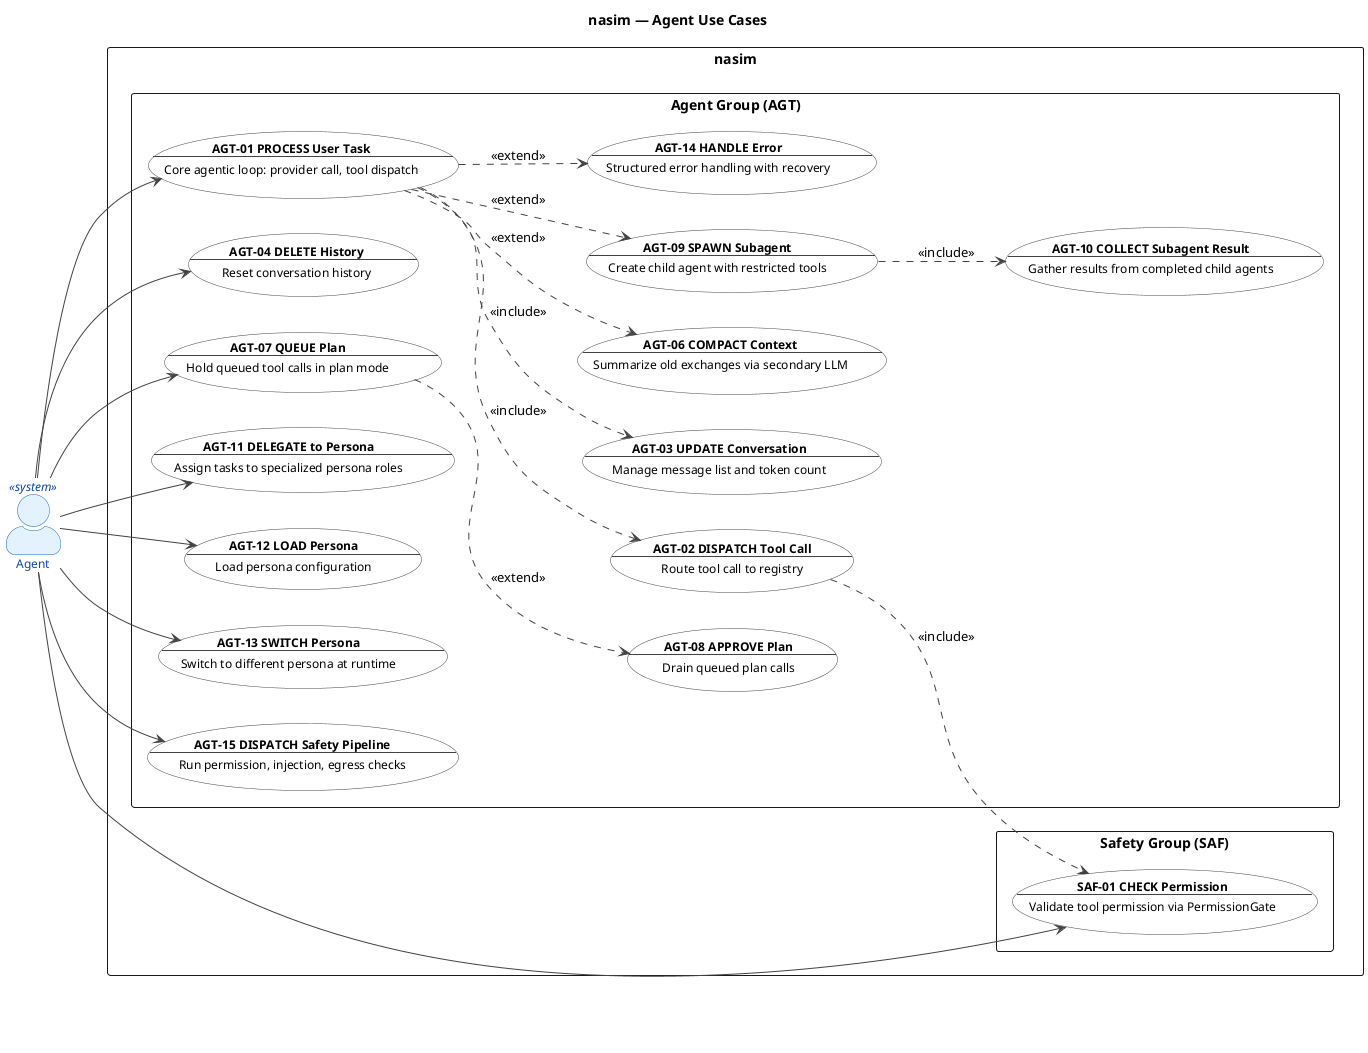
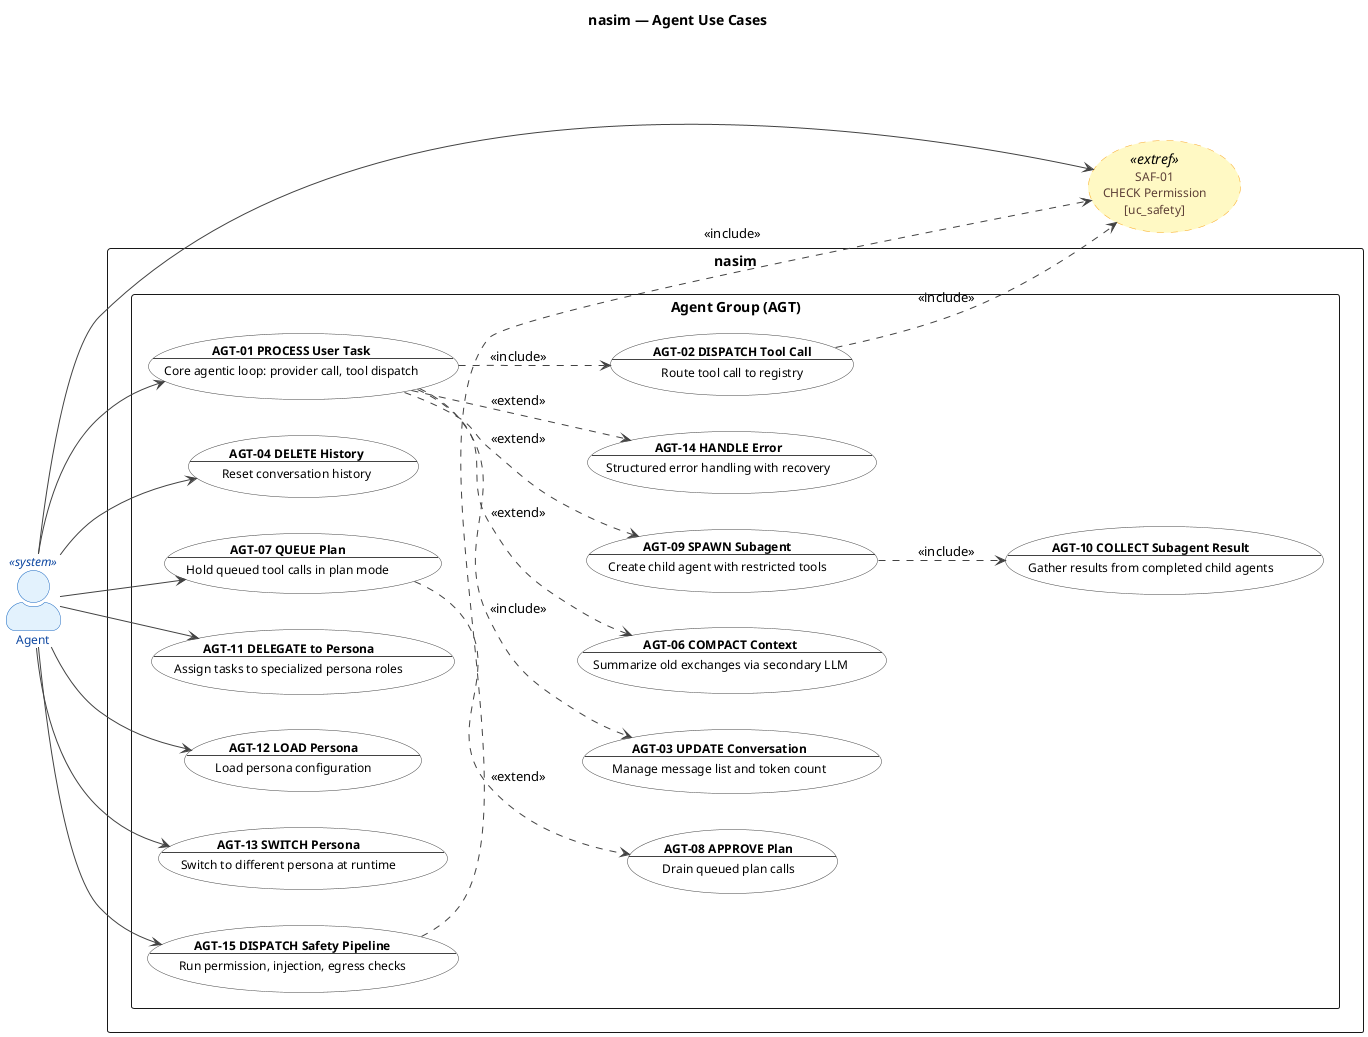
@startuml uc_agent

' ============================================================
' Title:     nasim — UC: Agent Group
' Group:     AGT (Agent Core)
' Boundary:  nasim code agent
' Purpose:   Core agentic loop, permissions, context, plans, subagents
' Milestone: v1.0
- ' Version:   6.0.0
+ ' Version:   7.0.0
' Source:    docs/ENTITIES.md
' Review:    docs/audit/audit.2026.06.20.uc-layer.car.md
' ============================================================

left to right direction

title nasim — Agent Use Cases

skinparam actorStyle awesome
skinparam packageStyle rectangle

skinparam usecase {
  BackgroundColor #FFFFFF
  BorderColor #424242
  FontColor #000000
  ArrowColor #424242
  FontSize 12
}

skinparam actor {
  BackgroundColor #E8EAF6
  BorderColor #3949AB
  FontColor #1A237E
  FontSize 12
}

skinparam actor<<system>> {
  BackgroundColor #E3F2FD
  BorderColor #1565C0
  FontColor #0D47A1
}

+ skinparam usecase<<extref>> {
+   BackgroundColor #FFF9C4
+   BorderColor #F9A825
+   FontColor #5D4037
+   BorderStyle dashed
+ }
+ 
' ============================================================
' Actors
' ============================================================

actor "Agent" as Agent <<system>>
+ 
+ ' ============================================================
+ ' Cross-Group External References
+ ' ============================================================
+ 
+ usecase "SAF-01\nCHECK Permission\n[uc_safety]" as SAF01_ext <<extref>>

' ============================================================
' System Boundary
' ============================================================

rectangle "nasim" {
  package "Agent Group (AGT)" {
    usecase "**AGT-01 PROCESS User Task**\n--\nCore agentic loop: provider call, tool dispatch" as AGT01
    usecase "**AGT-02 DISPATCH Tool Call**\n--\nRoute tool call to registry" as AGT02
    usecase "**AGT-03 UPDATE Conversation**\n--\nManage message list and token count" as AGT03
    usecase "**AGT-04 DELETE History**\n--\nReset conversation history" as AGT04
    usecase "**AGT-06 COMPACT Context**\n--\nSummarize old exchanges via secondary LLM" as AGT06
    usecase "**AGT-07 QUEUE Plan**\n--\nHold queued tool calls in plan mode" as AGT07
    usecase "**AGT-08 APPROVE Plan**\n--\nDrain queued plan calls" as AGT08
    usecase "**AGT-09 SPAWN Subagent**\n--\nCreate child agent with restricted tools" as AGT09
    usecase "**AGT-10 COLLECT Subagent Result**\n--\nGather results from completed child agents" as AGT10
    usecase "**AGT-11 DELEGATE to Persona**\n--\nAssign tasks to specialized persona roles" as AGT11
    usecase "**AGT-12 LOAD Persona**\n--\nLoad persona configuration" as AGT12
    usecase "**AGT-13 SWITCH Persona**\n--\nSwitch to different persona at runtime" as AGT13
    usecase "**AGT-14 HANDLE Error**\n--\nStructured error handling with recovery" as AGT14
    usecase "**AGT-15 DISPATCH Safety Pipeline**\n--\nRun permission, injection, egress checks" as AGT15
  }
- 
-   package "Safety Group (SAF)" {
-     usecase "**SAF-01 CHECK Permission**\n--\nValidate tool permission via PermissionGate" as SAF01
-   }
}

' ============================================================
' Actor -> Use Case Associations
' ============================================================

Agent --> AGT01
Agent --> AGT04
Agent --> AGT07
Agent --> AGT11
Agent --> AGT12
Agent --> AGT13
Agent --> AGT15
- Agent --> SAF01
+ Agent --> SAF01_ext

' ============================================================
' Relationships
' ============================================================

AGT01 ..> AGT02 : <<include>>
AGT01 ..> AGT03 : <<include>>
- AGT02 ..> SAF01 : <<include>>
+ AGT02 ..> SAF01_ext : <<include>>
+ AGT15 ..> SAF01_ext : <<include>>
AGT01 ..> AGT06 : <<extend>>
AGT07 ..> AGT08 : <<extend>>
AGT01 ..> AGT09 : <<extend>>
AGT09 ..> AGT10 : <<include>>
AGT01 ..> AGT14 : <<extend>>

@enduml
